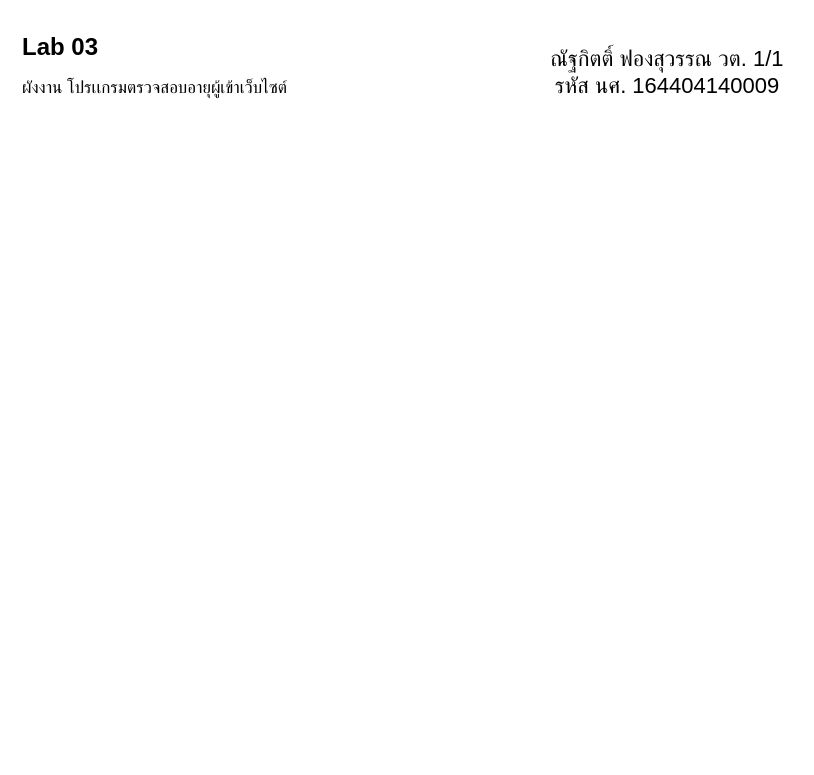
Before: LAB03.drawio in ENDERCAFe/Computer_Programming_Lab, a draw.io diagram. Source tidied: cells renumbered, new cells numbered last; positions are measured from the earlier drawing's top-left corner, leaving out a move shared by most shapes. Both pictures are drawn from the tidied source at 100%, with x=0, y=0 at pixel (17, 27).
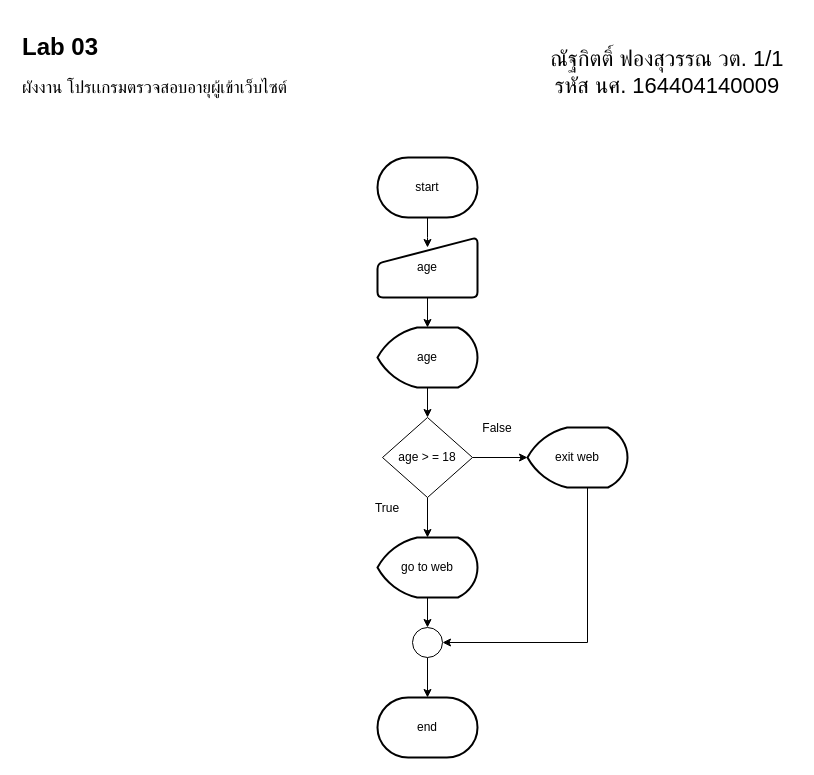
Above is the later version.

What changed in the source:
```diff
@@
+    <mxCell id="4" style="edgeStyle=orthogonalEdgeStyle;rounded=0;jettySize=auto;html=1;" parent="1" edge="1" source="5">
+      <mxGeometry relative="1" as="geometry">
+        <mxPoint x="410" y="220" as="targetPoint" />
+      </mxGeometry>
+    </mxCell>
+    <mxCell id="5" value="start" style="strokeWidth=2;html=1;shape=mxgraph.flowchart.terminator;whiteSpace=wrap;" parent="1" vertex="1">
+      <mxGeometry x="360" y="130" width="100" height="60" as="geometry" />
+    </mxCell>
+    <mxCell id="6" style="edgeStyle=orthogonalEdgeStyle;rounded=0;jettySize=auto;html=1;" parent="1" edge="1" source="7" target="9">
+      <mxGeometry relative="1" as="geometry" />
+    </mxCell>
+    <mxCell id="7" value="age" style="html=1;strokeWidth=2;shape=manualInput;whiteSpace=wrap;rounded=1;size=26;arcSize=11;" parent="1" vertex="1">
+      <mxGeometry x="360" y="210" width="100" height="60" as="geometry" />
+    </mxCell>
+    <mxCell id="8" style="edgeStyle=orthogonalEdgeStyle;rounded=0;jettySize=auto;html=1;" parent="1" edge="1" source="9" target="12">
+      <mxGeometry relative="1" as="geometry" />
+    </mxCell>
+    <mxCell id="9" value="age" style="strokeWidth=2;html=1;shape=mxgraph.flowchart.display;whiteSpace=wrap;" parent="1" vertex="1">
+      <mxGeometry x="360" y="300" width="100" height="60" as="geometry" />
+    </mxCell>
+    <mxCell id="10" style="edgeStyle=orthogonalEdgeStyle;rounded=0;jettySize=auto;html=1;" parent="1" edge="1" source="12" target="14">
+      <mxGeometry relative="1" as="geometry" />
+    </mxCell>
+    <mxCell id="11" style="edgeStyle=orthogonalEdgeStyle;rounded=0;jettySize=auto;html=1;" parent="1" edge="1" source="12" target="18">
+      <mxGeometry relative="1" as="geometry" />
+    </mxCell>
+    <mxCell id="12" value="age &amp;gt; = 18" style="rhombus;whiteSpace=wrap;html=1;" parent="1" vertex="1">
+      <mxGeometry x="365" y="390" width="90" height="80" as="geometry" />
+    </mxCell>
+    <mxCell id="13" style="edgeStyle=orthogonalEdgeStyle;rounded=0;jettySize=auto;html=1;" parent="1" edge="1" source="14" target="16">
+      <mxGeometry relative="1" as="geometry" />
+    </mxCell>
+    <mxCell id="14" value="go to web" style="strokeWidth=2;html=1;shape=mxgraph.flowchart.display;whiteSpace=wrap;" parent="1" vertex="1">
+      <mxGeometry x="360" y="510" width="100" height="60" as="geometry" />
+    </mxCell>
+    <mxCell id="15" style="edgeStyle=orthogonalEdgeStyle;rounded=0;jettySize=auto;html=1;" parent="1" edge="1" source="16" target="19">
+      <mxGeometry relative="1" as="geometry" />
+    </mxCell>
+    <mxCell id="16" style="verticalLabelPosition=bottom;verticalAlign=top;html=1;shape=mxgraph.flowchart.on-page_reference;" parent="1" vertex="1">
+      <mxGeometry x="395" y="600" width="30" height="30" as="geometry" />
+    </mxCell>
+    <mxCell id="17" style="edgeStyle=orthogonalEdgeStyle;rounded=0;jettySize=auto;html=1;entryX=1;entryY=0.5;entryDx=0;entryDy=0;entryPerimeter=0;" parent="1" edge="1" source="18" target="16">
+      <mxGeometry relative="1" as="geometry">
+        <Array as="points">
+          <mxPoint x="570" y="615" />
+        </Array>
+      </mxGeometry>
+    </mxCell>
+    <mxCell id="18" value="exit web" style="strokeWidth=2;html=1;shape=mxgraph.flowchart.display;whiteSpace=wrap;" parent="1" vertex="1">
+      <mxGeometry x="510" y="400" width="100" height="60" as="geometry" />
+    </mxCell>
+    <mxCell id="19" value="end" style="strokeWidth=2;html=1;shape=mxgraph.flowchart.terminator;whiteSpace=wrap;" parent="1" vertex="1">
+      <mxGeometry x="360" y="670" width="100" height="60" as="geometry" />
+    </mxCell>
+    <mxCell id="20" value="True" style="text;html=1;strokeColor=none;fillColor=none;align=center;verticalAlign=middle;whiteSpace=wrap;rounded=0;" parent="1" vertex="1">
+      <mxGeometry x="350" y="480" width="40" as="geometry" />
+    </mxCell>
+    <mxCell id="21" value="False" style="text;html=1;strokeColor=none;fillColor=none;align=center;verticalAlign=middle;whiteSpace=wrap;rounded=0;" parent="1" vertex="1">
+      <mxGeometry x="460" y="400" width="40" as="geometry" />
+    </mxCell>
```
